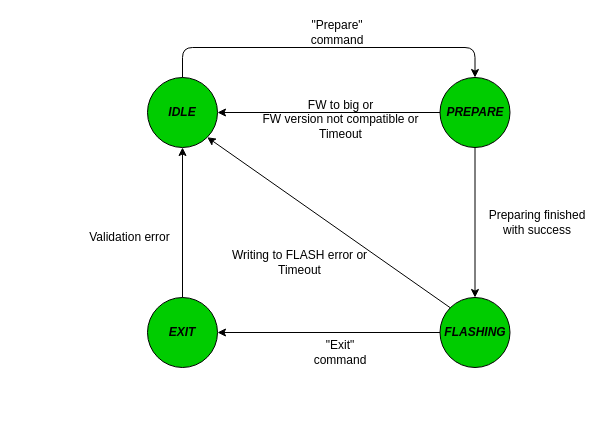
This is page "FSM" (1 of 5) of doc/Bootloader_Drawings.drawio from GeneralEmbeddedCLibraries/boot, a draw.io file, before an edit. Source tidied: cells renumbered, new cells numbered last; positions are measured from the earlier drawing's top-left corner, leaving out a move shared by most shapes. Both pictures are drawn from the tidied source at 100%, with x=0, y=0 at pixel (87, 17).
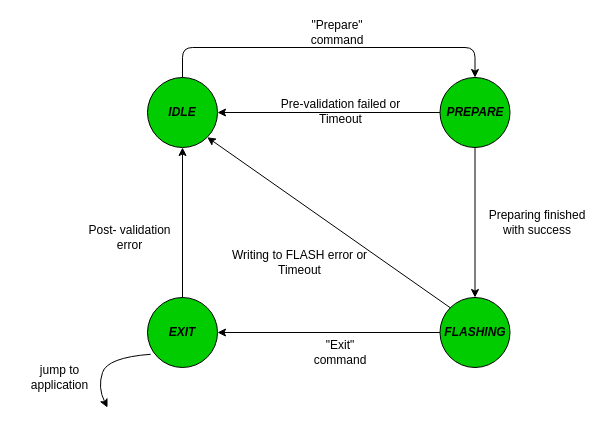
Above is the later version.

The change refers to these unchanged cells:
```xml
<mxCell id="5" value="EXIT" style="ellipse;whiteSpace=wrap;html=1;fontStyle=3;fillColor=#00CC00;fontSize=12;" parent="1" vertex="1">
  <mxGeometry x="60" y="280" width="70" height="70" as="geometry" />
</mxCell>
```

What changed in the source:
```diff
@@
-    <mxCell id="13" value="FW to big or&lt;br&gt;FW version not compatible or&lt;br&gt;Timeout" style="text;html=1;strokeColor=none;fillColor=none;align=center;verticalAlign=middle;whiteSpace=wrap;rounded=0;" parent="1" vertex="1">
-      <mxGeometry x="171" y="82" width="165" height="40" as="geometry" />
+    <mxCell id="13" value="Pre-validation failed or&lt;br&gt;Timeout" style="text;html=1;strokeColor=none;fillColor=none;align=center;verticalAlign=middle;whiteSpace=wrap;rounded=0;" parent="1" vertex="1">
+      <mxGeometry x="171" y="74" width="165" height="40" as="geometry" />
     </mxCell>
@@
-    <mxCell id="17" value="Validation error" style="text;html=1;strokeColor=none;fillColor=none;align=center;verticalAlign=middle;whiteSpace=wrap;rounded=0;" parent="1" vertex="1">
+    <mxCell id="17" value="Post- validation error" style="text;html=1;strokeColor=none;fillColor=none;align=center;verticalAlign=middle;whiteSpace=wrap;rounded=0;" parent="1" vertex="1">
       <mxGeometry y="210" width="85" height="20" as="geometry" />
     </mxCell>
+    <mxCell id="18" style="curved=1;endArrow=classic;html=1;rounded=0;exitX=0.046;exitY=0.811;exitDx=0;exitDy=0;exitPerimeter=0;" parent="1" edge="1" source="5">
+      <mxGeometry relative="1" as="geometry">
+        <mxPoint x="20" y="390" as="targetPoint" />
+        <Array as="points">
+          <mxPoint x="20" y="340" />
+          <mxPoint x="10" y="370" />
+        </Array>
+      </mxGeometry>
+    </mxCell>
+    <mxCell id="19" value="jump to application" style="text;html=1;strokeColor=none;fillColor=none;align=center;verticalAlign=middle;whiteSpace=wrap;rounded=0;" parent="1" vertex="1">
+      <mxGeometry x="-70" y="350" width="85" height="20" as="geometry" />
+    </mxCell>
```
